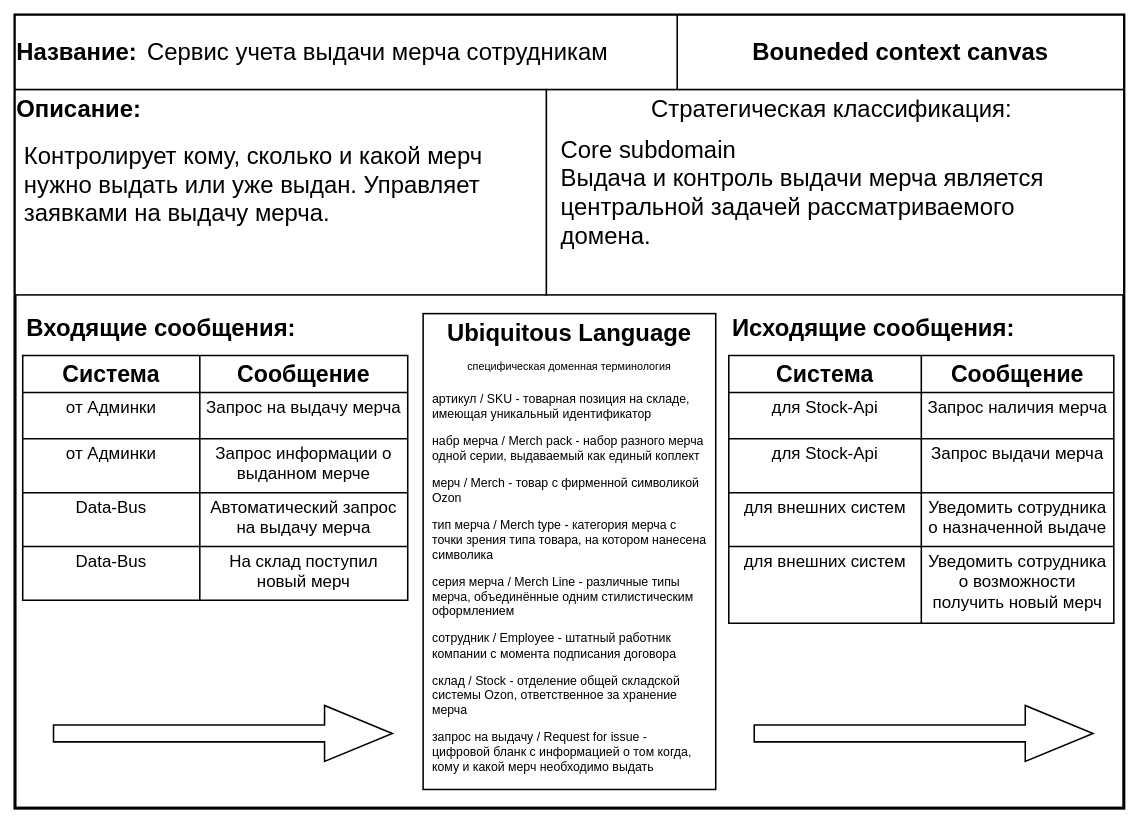
ozon-edu-csharp-2021/balashov keeps this draw.io diagram as MerchandiseService - Bounded Context Canvas.drawio. Above is the earlier version. Source tidied: cells renumbered, new cells numbered last; positions are measured from the earlier drawing's top-left corner, leaving out a move shared by most shapes. Both pictures are drawn from the tidied source at 77%, with x=0, y=0 at pixel (15, 15).
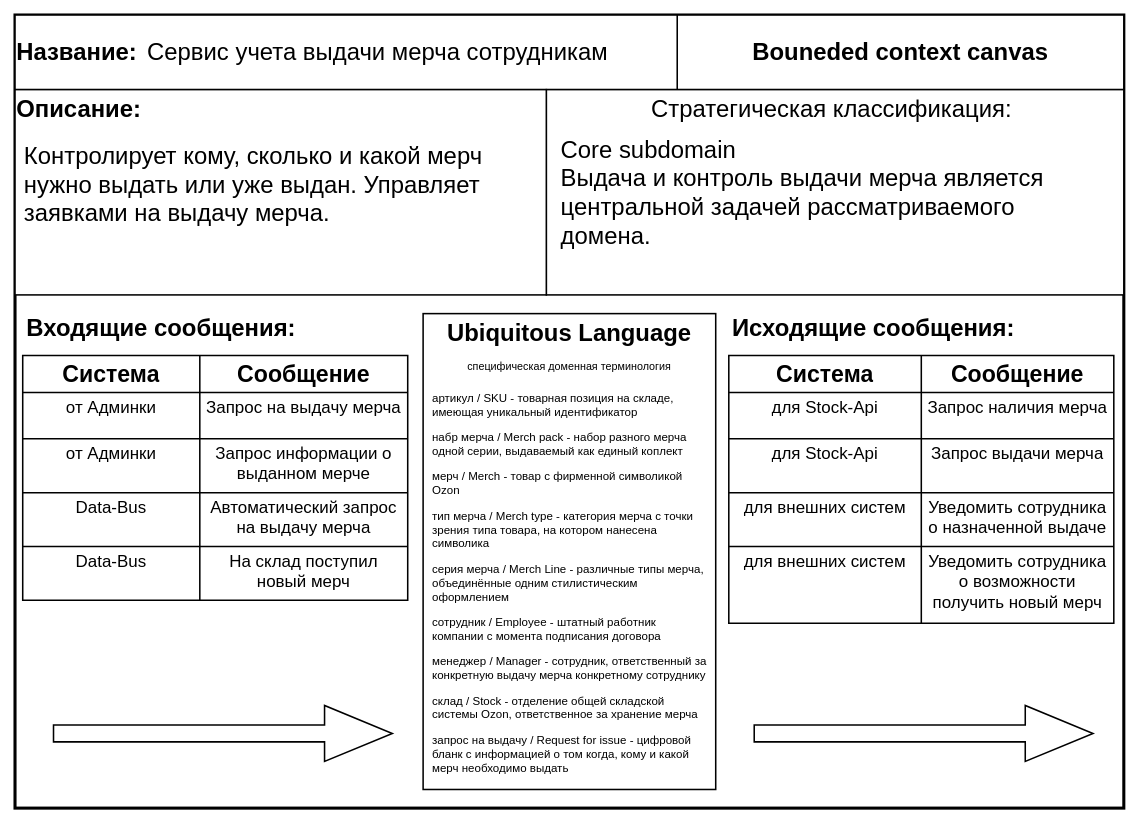
Above is the later version.

The change refers to these unchanged cells:
```xml
<mxCell id="2" style="group;" parent="1" vertex="1">
  <mxGeometry width="1440" height="1030" as="geometry" />
</mxCell>
```

The edit, as a diff of the source:
```diff
@@
-    <mxCell id="54" value="&lt;p style=&quot;line-height: 120% ; font-size: 16px&quot;&gt;&lt;font style=&quot;font-size: 16px&quot;&gt;артикул / SKU - товарная позиция на складе, имеющая уникальный идентификатор&lt;/font&gt;&lt;/p&gt;&lt;p style=&quot;line-height: 120% ; font-size: 16px&quot;&gt;&lt;span&gt;&lt;font style=&quot;font-size: 16px&quot;&gt;набр мерча / Merch pack - набор разного мерча одной серии, выдаваемый как единый коплект&lt;/font&gt;&lt;/span&gt;&lt;/p&gt;&lt;p style=&quot;line-height: 120% ; font-size: 16px&quot;&gt;&lt;font style=&quot;font-size: 16px&quot;&gt;&lt;span&gt;мерч / Merch&lt;/span&gt;&lt;span&gt;&amp;nbsp;- товар с фирменной символикой Ozon&lt;/span&gt;&lt;/font&gt;&lt;/p&gt;&lt;p style=&quot;line-height: 120% ; font-size: 16px&quot;&gt;&lt;font style=&quot;font-size: 16px&quot;&gt;&lt;span&gt;тип мерча / Merch type&lt;/span&gt;&lt;span&gt;&amp;nbsp;- категория мерча с точки зрения типа товара, на котором нанесена символика&lt;/span&gt;&lt;/font&gt;&lt;/p&gt;&lt;p style=&quot;line-height: 120% ; font-size: 16px&quot;&gt;&lt;span&gt;&lt;font style=&quot;font-size: 16px&quot;&gt;серия мерча / Merch Line - различные типы мерча, объединённые одним стилистическим оформлением&lt;/font&gt;&lt;/span&gt;&lt;/p&gt;&lt;p style=&quot;line-height: 120% ; font-size: 16px&quot;&gt;&lt;span&gt;&lt;font style=&quot;font-size: 16px&quot;&gt;сотрудник / Employee - штатный работник компании с момента подписания договора&lt;/font&gt;&lt;/span&gt;&lt;/p&gt;&lt;p style=&quot;line-height: 120% ; font-size: 16px&quot;&gt;&lt;span&gt;&lt;font style=&quot;font-size: 16px&quot;&gt;склад / Stock - отделение общей складской системы Ozon, ответственное за хранение мерча&lt;/font&gt;&lt;/span&gt;&lt;/p&gt;&lt;p style=&quot;line-height: 120% ; font-size: 16px&quot;&gt;&lt;font style=&quot;font-size: 16px&quot;&gt;запрос на выдачу / Request for issue - цифровой бланк с информацией о том когда, кому и какой мерч необходимо выдать&lt;/font&gt;&lt;br&gt;&lt;/p&gt;&lt;p style=&quot;font-size: 17px&quot;&gt;&lt;/p&gt;" style="text;html=1;strokeColor=none;fillColor=none;align=left;verticalAlign=top;whiteSpace=wrap;rounded=0;shadow=0;glass=0;sketch=0;fontSize=31;" parent="2" vertex="1">
+    <mxCell id="54" value="&lt;p style=&quot;line-height: 120% ; font-size: 15px&quot;&gt;&lt;font style=&quot;font-size: 15px&quot;&gt;артикул / SKU - товарная позиция на складе, имеющая уникальный идентификатор&lt;/font&gt;&lt;/p&gt;&lt;p style=&quot;line-height: 120% ; font-size: 15px&quot;&gt;&lt;span&gt;&lt;font style=&quot;font-size: 15px&quot;&gt;набр мерча / Merch pack - набор разного мерча одной серии, выдаваемый как единый коплект&lt;/font&gt;&lt;/span&gt;&lt;/p&gt;&lt;p style=&quot;line-height: 120% ; font-size: 15px&quot;&gt;&lt;font style=&quot;font-size: 15px&quot;&gt;&lt;span&gt;мерч / Merch&lt;/span&gt;&lt;span&gt;&amp;nbsp;- товар с фирменной символикой Ozon&lt;/span&gt;&lt;/font&gt;&lt;/p&gt;&lt;p style=&quot;line-height: 120% ; font-size: 15px&quot;&gt;&lt;font style=&quot;font-size: 15px&quot;&gt;&lt;span&gt;тип мерча / Merch type&lt;/span&gt;&lt;span&gt;&amp;nbsp;- категория мерча с точки зрения типа товара, на котором нанесена символика&lt;/span&gt;&lt;/font&gt;&lt;/p&gt;&lt;p style=&quot;line-height: 120% ; font-size: 15px&quot;&gt;&lt;span&gt;&lt;font style=&quot;font-size: 15px&quot;&gt;серия мерча / Merch Line - различные типы мерча, объединённые одним стилистическим оформлением&lt;/font&gt;&lt;/span&gt;&lt;/p&gt;&lt;p style=&quot;line-height: 120% ; font-size: 15px&quot;&gt;&lt;span&gt;&lt;font style=&quot;font-size: 15px&quot;&gt;сотрудник / Employee - штатный работник компании с момента подписания договора&lt;/font&gt;&lt;/span&gt;&lt;/p&gt;&lt;p style=&quot;line-height: 120% ; font-size: 15px&quot;&gt;&lt;font style=&quot;font-size: 15px&quot;&gt;менеджер / Manager - сотрудник, ответственный за конкретную выдачу мерча конкретному сотруднику&lt;/font&gt;&lt;/p&gt;&lt;p style=&quot;line-height: 120% ; font-size: 15px&quot;&gt;&lt;span&gt;&lt;font style=&quot;font-size: 15px&quot;&gt;склад / Stock - отделение общей складской системы Ozon, ответственное за хранение мерча&lt;/font&gt;&lt;/span&gt;&lt;/p&gt;&lt;p style=&quot;line-height: 120% ; font-size: 15px&quot;&gt;&lt;font style=&quot;font-size: 15px&quot;&gt;запрос на выдачу / Request for issue - цифровой бланк с информацией о том когда, кому и какой мерч необходимо выдать&lt;/font&gt;&lt;br&gt;&lt;/p&gt;&lt;p style=&quot;font-size: 17px&quot;&gt;&lt;/p&gt;" style="text;html=1;strokeColor=none;fillColor=none;align=left;verticalAlign=top;whiteSpace=wrap;rounded=0;shadow=0;glass=0;sketch=0;fontSize=31;" parent="2" vertex="1">
       <mxGeometry x="540" y="466.8" width="360" height="516.2" as="geometry" />
     </mxCell>
```
